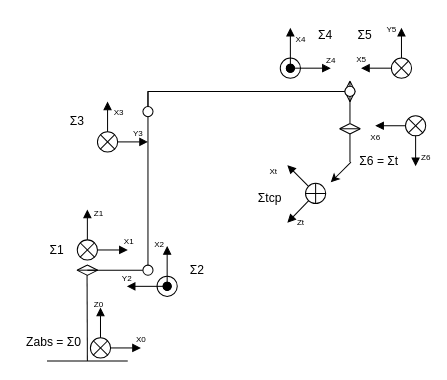
This is page "MiRobot" (2 of 2) of Kinematics6DoF.drawio from vmx17/Kinematics6DoF, a draw.io file, before an edit. Source tidied: cells renumbered, new cells numbered last; positions are measured from the earlier drawing's top-left corner, leaving out a move shared by most shapes. Both pictures are drawn from the tidied source at 101%, with x=0, y=0 at pixel (17, 20).
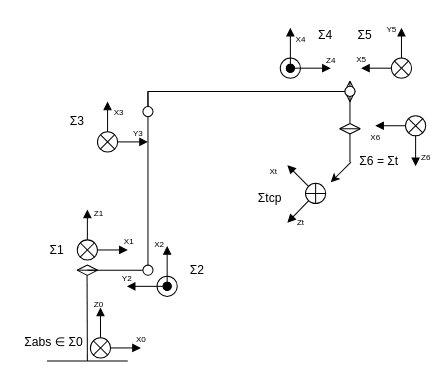
Above is the later version.

Diff of the diagram source:
```diff
@@
-    <mxCell id="49" value="Zabs = Σ0" style="text;html=1;align=center;verticalAlign=middle;whiteSpace=wrap;rounded=0;" parent="1" vertex="1">
+    <mxCell id="49" value="Σabs&amp;nbsp;∈ Σ0" style="text;html=1;align=center;verticalAlign=middle;whiteSpace=wrap;rounded=0;" parent="1" vertex="1">
       <mxGeometry y="304" width="72" height="30" as="geometry" />
     </mxCell>
```
